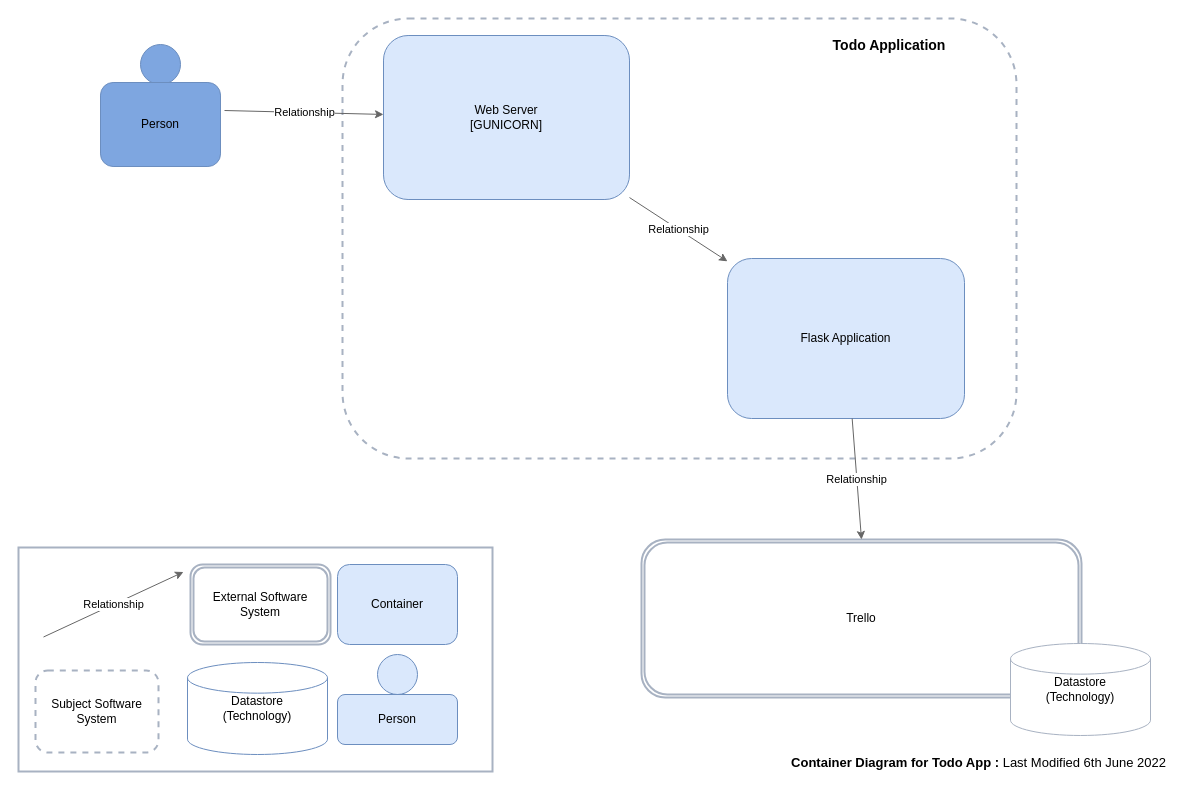
Before: Documentation/Container Diagram.drawio in Iabo77/DevOps-Course-Starter, a draw.io diagram. Source tidied: cells renumbered, new cells numbered last; positions are measured from the earlier drawing's top-left corner, leaving out a move shared by most shapes. Both pictures are drawn from the tidied source at 100%, with x=0, y=0 at pixel (18, 18).
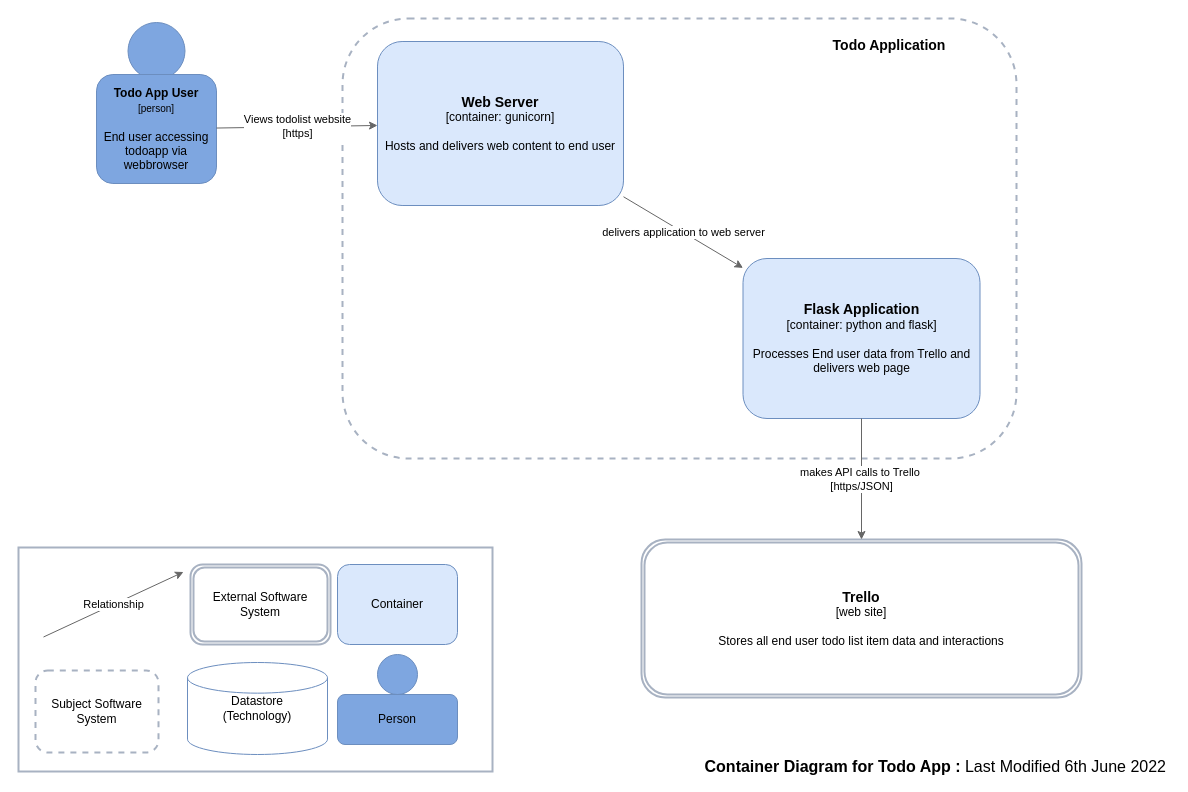
The same diagram, later.

Commit message (it also covers changes not shown here):
completed c4 model diagrams

Unchanged cells that the change refers to:
```xml
<mxCell id="10" style="group;" parent="3" vertex="1">
  <mxGeometry x="319" y="107" width="120" height="90" as="geometry" />
</mxCell>
```

Diff of the diagram source:
```diff
@@
-    <mxCell id="2" value="&lt;h1 style=&quot;font-size: 13px;&quot;&gt;Container Diagram for Todo App : &lt;span style=&quot;font-weight: normal;&quot;&gt;Last Modified 6th June 2022&lt;/span&gt;&lt;/h1&gt;" style="text;html=1;strokeColor=none;fillColor=none;spacing=5;spacingTop=-20;whiteSpace=wrap;overflow=hidden;rounded=0;fontSize=13;align=right;" parent="1" vertex="1">
+    <mxCell id="2" value="&lt;h1 style=&quot;font-size: 16px;&quot;&gt;Container Diagram for Todo App : &lt;span style=&quot;font-weight: normal;&quot;&gt;Last Modified 6th June 2022&lt;/span&gt;&lt;/h1&gt;" style="text;html=1;strokeColor=none;fillColor=none;spacing=5;spacingTop=-20;whiteSpace=wrap;overflow=hidden;rounded=0;fontSize=13;align=right;" parent="1" vertex="1">
       <mxGeometry x="556" y="738" width="597" height="19" as="geometry" />
     </mxCell>
@@
-    <mxCell id="11" style="ellipse;whiteSpace=wrap;html=1;strokeWidth=1;fillColor=#dae8fc;strokeColor=#6c8ebf;" parent="10" vertex="1">
+    <mxCell id="11" style="ellipse;whiteSpace=wrap;html=1;strokeWidth=1;fillColor=#7EA6E0;strokeColor=#6c8ebf;" parent="10" vertex="1">
       <mxGeometry x="40" width="40" height="40" as="geometry" />
     </mxCell>
-    <mxCell id="12" value="Person" style="rounded=1;whiteSpace=wrap;html=1;fillColor=#dae8fc;strokeColor=#6c8ebf;" parent="10" vertex="1">
+    <mxCell id="12" value="Person" style="rounded=1;whiteSpace=wrap;html=1;fillColor=#7EA6E0;strokeColor=#6c8ebf;" parent="10" vertex="1">
       <mxGeometry y="40" width="120" height="50" as="geometry" />
     </mxCell>
@@
-    <mxCell id="14" value="Trello" style="shape=ext;double=1;rounded=1;whiteSpace=wrap;html=1;strokeWidth=2;strokeColor=#A8B2C2;" parent="1" vertex="1">
+    <mxCell id="14" value="&lt;font style=&quot;&quot;&gt;&lt;b style=&quot;&quot;&gt;&lt;font style=&quot;font-size: 14px;&quot;&gt;Trello&lt;/font&gt;&lt;/b&gt;&lt;br&gt;[web site]&lt;br&gt;&lt;br&gt;Stores all end user todo list item data and interactions&lt;br&gt;&lt;/font&gt;" style="shape=ext;double=1;rounded=1;whiteSpace=wrap;html=1;strokeWidth=2;strokeColor=#A8B2C2;" parent="1" vertex="1">
       <mxGeometry x="623" y="521" width="440" height="158" as="geometry" />
     </mxCell>
     <mxCell id="15" style="group;" parent="1" vertex="1">
-      <mxGeometry x="82" y="26" width="120" height="122" as="geometry" />
+      <mxGeometry x="78" y="20" width="120" height="145" as="geometry" />
     </mxCell>
     <mxCell id="16" style="ellipse;whiteSpace=wrap;html=1;strokeWidth=1;fillColor=#7EA6E0;strokeColor=#6c8ebf;" parent="15" vertex="1">
-      <mxGeometry x="40" width="40" height="40" as="geometry" />
+      <mxGeometry x="31.5" y="-16" width="57" height="57" as="geometry" />
     </mxCell>
-    <mxCell id="17" value="Person" style="rounded=1;whiteSpace=wrap;html=1;fillColor=#7EA6E0;strokeColor=#6c8ebf;" parent="15" vertex="1">
-      <mxGeometry y="38" width="120" height="84" as="geometry" />
+    <mxCell id="17" value="&lt;b style=&quot;&quot;&gt;&lt;font style=&quot;font-size: 12px;&quot;&gt;Todo App User&lt;br&gt;&lt;/font&gt;&lt;/b&gt;&lt;font size=&quot;1&quot;&gt;[person]&lt;/font&gt;&lt;br&gt;&lt;br&gt;End user accessing todoapp via webbrowser" style="rounded=1;whiteSpace=wrap;html=1;fillColor=#7EA6E0;strokeColor=#6c8ebf;" parent="15" vertex="1">
+      <mxGeometry y="36" width="120" height="109" as="geometry" />
     </mxCell>
-    <mxCell id="18" value="Flask Application" style="rounded=1;whiteSpace=wrap;html=1;fillColor=#dae8fc;strokeColor=#6c8ebf;" parent="1" vertex="1">
-      <mxGeometry x="709" y="240" width="237" height="160" as="geometry" />
+    <mxCell id="18" value="&lt;b&gt;&lt;font style=&quot;font-size: 14px;&quot;&gt;Flask Application&lt;/font&gt;&lt;/b&gt;&lt;br&gt;[container: python and flask]&lt;br&gt;&lt;br&gt;Processes End user data from Trello and delivers web page" style="rounded=1;whiteSpace=wrap;html=1;fillColor=#dae8fc;strokeColor=#6c8ebf;" parent="1" vertex="1">
+      <mxGeometry x="724.5" y="240" width="237" height="160" as="geometry" />
     </mxCell>
-    <mxCell id="19" value="Web Server&lt;br&gt;[GUNICORN]" style="rounded=1;whiteSpace=wrap;html=1;fillColor=#dae8fc;strokeColor=#6c8ebf;" parent="1" vertex="1">
-      <mxGeometry x="365" y="17" width="246" height="164" as="geometry" />
+    <mxCell id="19" value="&lt;b&gt;&lt;font style=&quot;font-size: 14px;&quot;&gt;Web Server&lt;/font&gt;&lt;/b&gt;&lt;br&gt;[container: gunicorn]&lt;br&gt;&lt;br&gt;Hosts and delivers web content to end user" style="rounded=1;whiteSpace=wrap;html=1;fillColor=#dae8fc;strokeColor=#6c8ebf;" parent="1" vertex="1">
+      <mxGeometry x="359" y="23" width="246" height="164" as="geometry" />
     </mxCell>
-    <mxCell id="20" value="Relationship" style="endArrow=classic;html=1;rounded=0;fillColor=#f5f5f5;strokeColor=#666666;" parent="1" edge="1" target="19">
-      <mxGeometry relative="1" as="geometry">
-        <mxPoint x="206" y="92" as="sourcePoint" />
-      </mxGeometry>
+    <mxCell id="20" value="Views todolist website&lt;br&gt;[https]" style="endArrow=classic;html=1;rounded=0;fillColor=#f5f5f5;strokeColor=#666666;" parent="1" edge="1" source="17" target="19">
+      <mxGeometry relative="1" as="geometry" />
     </mxCell>
-    <mxCell id="21" value="Relationship" style="endArrow=classic;html=1;rounded=0;fillColor=#f5f5f5;strokeColor=#666666;" parent="1" edge="1" source="19" target="18">
+    <mxCell id="21" value="delivers application to web server" style="endArrow=classic;html=1;rounded=0;fillColor=#f5f5f5;strokeColor=#666666;" parent="1" edge="1" source="19" target="18">
       <mxGeometry relative="1" as="geometry" />
     </mxCell>
-    <mxCell id="22" value="Relationship" style="endArrow=classic;html=1;rounded=0;fillColor=#f5f5f5;strokeColor=#666666;entryX=0.5;entryY=0;entryDx=0;entryDy=0;" parent="1" edge="1" source="18" target="14">
+    <mxCell id="22" value="makes API calls to Trello&amp;nbsp;&lt;br&gt;[https/JSON]" style="endArrow=classic;html=1;rounded=0;fillColor=#f5f5f5;strokeColor=#666666;entryX=0.5;entryY=0;entryDx=0;entryDy=0;" parent="1" edge="1" source="18" target="14">
       <mxGeometry relative="1" as="geometry" />
     </mxCell>
-    <mxCell id="23" value="Datastore&lt;br&gt;(Technology)" style="strokeWidth=1;html=1;shape=mxgraph.flowchart.database;whiteSpace=wrap;fillColor=#FFFFFF;strokeColor=#A8B2C2;shadow=0;" parent="1" vertex="1">
-      <mxGeometry x="992" y="625" width="140" height="92" as="geometry" />
-    </mxCell>
```
